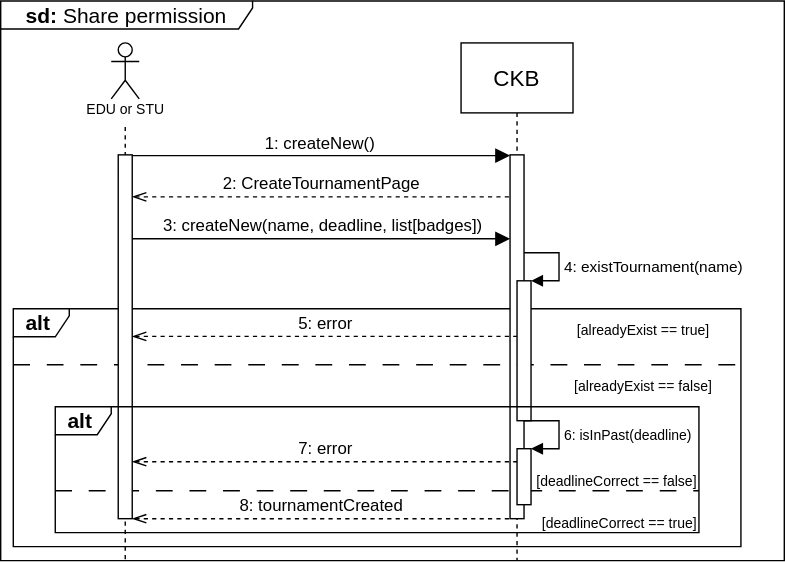
pontig/sw-eng-2-PasiniPontiggiaStasi keeps this draw.io diagram as RASD/images/sequence_diagrams/.svg/Share_Permission.svg. Above is the earlier version. Source tidied: cells renumbered, new cells last; positions are measured from the earlier drawing's top-left corner, leaving out a move shared by most shapes.
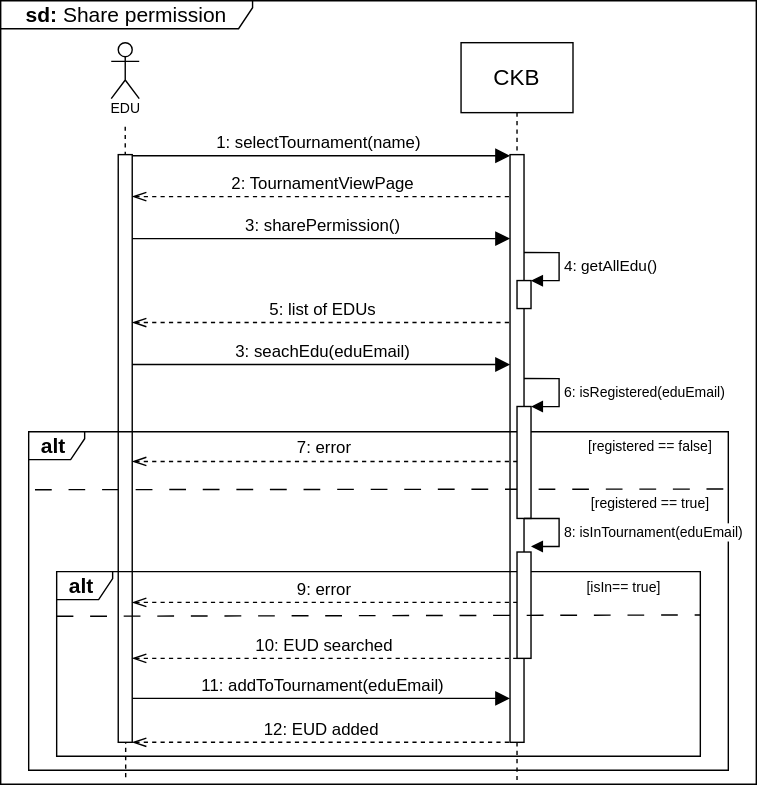
Above is the later version.

Change to the diagram source:
```diff
@@ -2,58 +2,42 @@
   <root>
     <mxCell id="0" />
     <mxCell id="1" parent="0" />
-    <mxCell id="2" value="&lt;font style=&quot;font-size: 15px;&quot;&gt;&lt;b&gt;alt&amp;nbsp;&lt;/b&gt;&lt;/font&gt;" style="shape=umlFrame;whiteSpace=wrap;html=1;fontSize=16;width=40;height=20;" parent="1" vertex="1">
-      <mxGeometry x="9" y="220" width="520" height="170" as="geometry" />
-    </mxCell>
     <mxCell id="3" value="CKB" style="shape=umlLifeline;perimeter=lifelinePerimeter;whiteSpace=wrap;html=1;newEdgeStyle={&quot;edgeStyle&quot;:&quot;elbowEdgeStyle&quot;,&quot;elbow&quot;:&quot;vertical&quot;,&quot;curved&quot;:0,&quot;rounded&quot;:0};fontSize=16;size=50;" parent="1" vertex="1">
-      <mxGeometry x="329" y="30" width="80" height="370" as="geometry" />
+      <mxGeometry x="329" y="30" width="80" height="530" as="geometry" />
     </mxCell>
     <mxCell id="4" style="html=1;points=[[0,0,0,0,5],[0,1,0,0,-5],[1,0,0,0,5],[1,1,0,0,-5]];perimeter=orthogonalPerimeter;outlineConnect=0;targetShapes=umlLifeline;portConstraint=eastwest;newEdgeStyle={&quot;curved&quot;:0,&quot;rounded&quot;:0};fontSize=16;" parent="3" vertex="1">
-      <mxGeometry x="35" y="80" width="10" height="260" as="geometry" />
+      <mxGeometry x="35" y="80" width="10" height="420" as="geometry" />
     </mxCell>
     <mxCell id="5" style="shape=umlActor;verticalLabelPosition=bottom;verticalAlign=top;html=1;fontSize=16;" parent="1" vertex="1">
       <mxGeometry x="79" y="30" width="20" height="40" as="geometry" />
     </mxCell>
-    <mxCell id="6" value="&lt;font style=&quot;font-size: 10px;&quot;&gt;EDU or STU&lt;/font&gt;" style="text;html=1;align=center;verticalAlign=middle;strokeColor=none;fillColor=none;fontSize=16;" parent="1" vertex="1">
-      <mxGeometry x="49" y="60" width="80" height="30" as="geometry" />
+    <mxCell id="6" value="&lt;font style=&quot;font-size: 10px;&quot;&gt;EDU&lt;/font&gt;" style="text;html=1;align=center;verticalAlign=middle;strokeColor=none;fillColor=none;fontSize=16;" parent="1" vertex="1">
+      <mxGeometry x="69" y="60" width="40" height="30" as="geometry" />
     </mxCell>
-    <mxCell id="7" style="edgeStyle=elbowEdgeStyle;fontSize=12;html=1;endArrow=none;endFill=0;startArrow=none;startFill=0;endSize=6;startSize=6;rounded=0;curved=1;dashed=1;" parent="1" edge="1">
+    <mxCell id="7" style="edgeStyle=elbowEdgeStyle;fontSize=12;html=1;endArrow=none;endFill=0;startArrow=none;startFill=0;endSize=6;startSize=6;rounded=0;curved=1;dashed=1;entryX=0.164;entryY=0.996;entryDx=0;entryDy=0;entryPerimeter=0;" parent="1" edge="1" target="15">
       <mxGeometry relative="1" as="geometry">
         <mxPoint x="89" y="90" as="sourcePoint" />
-        <mxPoint x="89" y="400" as="targetPoint" />
       </mxGeometry>
     </mxCell>
-    <mxCell id="8" value="1: createNew()" style="html=1;verticalAlign=bottom;endArrow=block;curved=0;rounded=0;fontSize=12;startSize=8;endSize=8;exitX=0.563;exitY=0.002;exitDx=0;exitDy=0;exitPerimeter=0;" parent="1" edge="1" source="18" target="4">
+    <mxCell id="8" value="1: selectTournament(name)" style="html=1;verticalAlign=bottom;endArrow=block;curved=0;rounded=0;fontSize=12;startSize=8;endSize=8;exitX=0.563;exitY=0.002;exitDx=0;exitDy=0;exitPerimeter=0;" parent="1" edge="1" source="18" target="4">
       <mxGeometry relative="1" as="geometry" />
     </mxCell>
-    <mxCell id="9" value="&lt;p style=&quot;font-size: 10px;&quot;&gt;&lt;font style=&quot;font-size: 10px;&quot;&gt;&lt;font style=&quot;font-size: 10px;&quot;&gt;[alreadyExist&amp;nbsp;&lt;/font&gt;&lt;/font&gt;&lt;font style=&quot;font-size: 10px;&quot;&gt;&lt;font style=&quot;font-size: 10px;&quot;&gt;== false&lt;/font&gt;&lt;/font&gt;&lt;font style=&quot;font-size: 10px;&quot;&gt;]&lt;/font&gt;&lt;/p&gt;" style="text;html=1;align=center;verticalAlign=middle;strokeColor=none;fillColor=none;fontSize=16;" parent="1" vertex="1">
-      <mxGeometry x="399" y="250" width="120" height="50" as="geometry" />
+    <mxCell id="9" value="&lt;p style=&quot;font-size: 10px;&quot;&gt;&lt;font style=&quot;font-size: 10px;&quot;&gt;&lt;font style=&quot;font-size: 10px;&quot;&gt;[registered&amp;nbsp;&lt;/font&gt;&lt;/font&gt;&lt;font style=&quot;font-size: 10px;&quot;&gt;&lt;font style=&quot;font-size: 10px;&quot;&gt;== true&lt;/font&gt;&lt;/font&gt;&lt;font style=&quot;font-size: 10px;&quot;&gt;]&lt;/font&gt;&lt;/p&gt;" style="text;html=1;align=center;verticalAlign=middle;strokeColor=none;fillColor=none;fontSize=16;" parent="1" vertex="1">
+      <mxGeometry x="409" y="334" width="110" height="50" as="geometry" />
     </mxCell>
-    <mxCell id="10" style="endArrow=none;html=1;rounded=0;fontSize=12;startSize=8;endSize=8;curved=1;dashed=1;dashPattern=12 12;" parent="1" edge="1">
-      <mxGeometry relative="1" as="geometry">
-        <mxPoint x="9" y="260" as="sourcePoint" />
-        <mxPoint x="529" y="260" as="targetPoint" />
-      </mxGeometry>
-    </mxCell>
-    <mxCell id="11" value="&lt;p style=&quot;font-size: 10px;&quot;&gt;&lt;font style=&quot;font-size: 10px;&quot;&gt;&lt;font style=&quot;font-size: 10px;&quot;&gt;[alreadyExist&amp;nbsp;&lt;/font&gt;&lt;/font&gt;&lt;font style=&quot;font-size: 10px;&quot;&gt;&lt;font style=&quot;font-size: 10px;&quot;&gt;== true&lt;/font&gt;&lt;/font&gt;&lt;font style=&quot;font-size: 10px;&quot;&gt;]&lt;/font&gt;&lt;/p&gt;" style="text;html=1;align=center;verticalAlign=middle;strokeColor=none;fillColor=none;fontSize=16;" parent="1" vertex="1">
-      <mxGeometry x="399" y="210" width="120" height="50" as="geometry" />
+    <mxCell id="11" value="&lt;p style=&quot;font-size: 10px;&quot;&gt;&lt;font style=&quot;font-size: 10px;&quot;&gt;&lt;font style=&quot;font-size: 10px;&quot;&gt;[registered&amp;nbsp;&lt;/font&gt;&lt;/font&gt;&lt;font style=&quot;font-size: 10px;&quot;&gt;&lt;font style=&quot;font-size: 10px;&quot;&gt;== false&lt;/font&gt;&lt;/font&gt;&lt;font style=&quot;font-size: 10px;&quot;&gt;]&lt;/font&gt;&lt;/p&gt;" style="text;html=1;align=center;verticalAlign=middle;strokeColor=none;fillColor=none;fontSize=16;" parent="1" vertex="1">
+      <mxGeometry x="409" y="293" width="110" height="50" as="geometry" />
     </mxCell>
-    <mxCell id="12" style="endArrow=none;html=1;rounded=0;fontSize=12;startSize=8;endSize=8;curved=1;dashed=1;dashPattern=12 12;" parent="1" edge="1">
+    <mxCell id="12" style="endArrow=none;html=1;rounded=0;fontSize=12;startSize=8;endSize=8;curved=1;dashed=1;dashPattern=12 12;exitX=0.001;exitY=0.183;exitDx=0;exitDy=0;exitPerimeter=0;strokeWidth=1;" parent="1" edge="1">
       <mxGeometry relative="1" as="geometry">
-        <mxPoint x="39" y="350" as="sourcePoint" />
-        <mxPoint x="499" y="350" as="targetPoint" />
+        <mxPoint x="24.5" y="349.5" as="sourcePoint" />
+        <mxPoint x="524" y="349" as="targetPoint" />
       </mxGeometry>
     </mxCell>
-    <mxCell id="13" value="&lt;p style=&quot;font-size: 10px;&quot;&gt;&lt;font style=&quot;border-color: var(--border-color);&quot;&gt;[deadlineCorrect&amp;nbsp;&lt;/font&gt;&lt;font style=&quot;border-color: var(--border-color);&quot;&gt;== true&lt;/font&gt;&lt;font style=&quot;border-color: var(--border-color);&quot;&gt;]&lt;/font&gt;&lt;br&gt;&lt;/p&gt;" style="text;html=1;align=center;verticalAlign=middle;strokeColor=none;fillColor=none;fontSize=16;" parent="1" vertex="1">
-      <mxGeometry x="377" y="348" width="130" height="50" as="geometry" />
-    </mxCell>
-    <mxCell id="14" value="&lt;p style=&quot;font-size: 10px;&quot;&gt;&lt;font style=&quot;font-size: 10px;&quot;&gt;&lt;font style=&quot;font-size: 10px;&quot;&gt;[deadlineCorrect&amp;nbsp;&lt;/font&gt;&lt;/font&gt;&lt;font style=&quot;font-size: 10px;&quot;&gt;&lt;font style=&quot;font-size: 10px;&quot;&gt;== false&lt;/font&gt;&lt;/font&gt;&lt;font style=&quot;font-size: 10px;&quot;&gt;]&lt;/font&gt;&lt;/p&gt;" style="text;html=1;align=center;verticalAlign=middle;strokeColor=none;fillColor=none;fontSize=16;" parent="1" vertex="1">
-      <mxGeometry x="370" y="318" width="140" height="50" as="geometry" />
-    </mxCell>
     <mxCell id="15" value="&lt;font style=&quot;font-size: 15px;&quot;&gt;&lt;b&gt;sd:&lt;/b&gt;&amp;nbsp;Share permission&lt;/font&gt;" style="shape=umlFrame;whiteSpace=wrap;html=1;fontSize=16;width=180;height=20;" parent="1" vertex="1">
-      <mxGeometry width="560" height="400" as="geometry" />
+      <mxGeometry width="540" height="560" as="geometry" />
     </mxCell>
-    <mxCell id="16" value="2: CreateTournamentPage" style="html=1;verticalAlign=bottom;endArrow=none;curved=0;rounded=0;fontSize=12;startSize=8;endSize=8;dashed=1;startArrow=openThin;startFill=0;endFill=0;" parent="1" edge="1" source="18">
+    <mxCell id="16" value="2: TournamentViewPage" style="html=1;verticalAlign=bottom;endArrow=none;curved=0;rounded=0;fontSize=12;startSize=8;endSize=8;dashed=1;startArrow=openThin;startFill=0;endFill=0;" parent="1" edge="1" source="18">
       <mxGeometry relative="1" as="geometry">
         <mxPoint x="364" y="140" as="targetPoint" />
       </mxGeometry>
@@ -64,17 +48,17 @@
       </mxGeometry>
     </mxCell>
     <mxCell id="18" style="html=1;points=[[0,0,0,0,5],[0,1,0,0,-5],[1,0,0,0,5],[1,1,0,0,-5]];perimeter=orthogonalPerimeter;outlineConnect=0;targetShapes=umlLifeline;portConstraint=eastwest;newEdgeStyle={&quot;curved&quot;:0,&quot;rounded&quot;:0};fontSize=16;" parent="1" vertex="1">
-      <mxGeometry x="84" y="110" width="10" height="260" as="geometry" />
+      <mxGeometry x="84" y="110" width="10" height="420" as="geometry" />
     </mxCell>
-    <mxCell id="19" value="3: createNew(name, deadline, list[badges])" style="html=1;verticalAlign=bottom;endArrow=block;curved=0;rounded=0;fontSize=12;startSize=8;endSize=8;exitX=0.563;exitY=0.002;exitDx=0;exitDy=0;exitPerimeter=0;" parent="1" edge="1" target="4">
-      <mxGeometry relative="1" as="geometry">
+    <mxCell id="19" value="3: sharePermission()" style="html=1;verticalAlign=bottom;endArrow=block;curved=0;rounded=0;fontSize=12;startSize=8;endSize=8;exitX=0.563;exitY=0.002;exitDx=0;exitDy=0;exitPerimeter=0;" parent="1" edge="1" target="4">
+      <mxGeometry x="0.01" relative="1" as="geometry">
         <mxPoint x="94" y="170" as="sourcePoint" />
       </mxGeometry>
     </mxCell>
     <mxCell id="20" style="html=1;points=[[0,0,0,0,5],[0,1,0,0,-5],[1,0,0,0,5],[1,1,0,0,-5]];perimeter=orthogonalPerimeter;outlineConnect=0;targetShapes=umlLifeline;portConstraint=eastwest;newEdgeStyle={&quot;curved&quot;:0,&quot;rounded&quot;:0};" parent="1" vertex="1">
-      <mxGeometry x="369" y="200" width="10" height="100" as="geometry" />
+      <mxGeometry x="369" y="200" width="10" height="20" as="geometry" />
     </mxCell>
-    <mxCell id="21" value="4: existTournament(name)" style="html=1;align=left;spacingLeft=2;endArrow=block;rounded=0;edgeStyle=orthogonalEdgeStyle;curved=0;rounded=0;" parent="1" edge="1" target="20">
+    <mxCell id="21" value="4: getAllEdu()" style="html=1;align=left;spacingLeft=2;endArrow=block;rounded=0;edgeStyle=orthogonalEdgeStyle;curved=0;rounded=0;" parent="1" edge="1" target="20">
       <mxGeometry x="0.08" relative="1" as="geometry">
         <mxPoint x="374" y="180" as="sourcePoint" />
         <Array as="points">
@@ -83,24 +67,18 @@
         </Array>
       </mxGeometry>
     </mxCell>
-    <mxCell id="22" value="5: error" style="html=1;verticalAlign=bottom;endArrow=none;curved=0;rounded=0;fontSize=12;startSize=8;endSize=8;startArrow=openThin;startFill=0;endFill=0;dashed=1;" parent="1" edge="1">
-      <mxGeometry relative="1" as="geometry">
-        <mxPoint x="94" y="239.7" as="sourcePoint" />
-        <mxPoint x="369" y="239.7" as="targetPoint" />
-      </mxGeometry>
-    </mxCell>
     <mxCell id="23" value="&lt;font style=&quot;font-size: 15px;&quot;&gt;&lt;b&gt;alt&amp;nbsp;&lt;/b&gt;&lt;/font&gt;" style="shape=umlFrame;whiteSpace=wrap;html=1;fontSize=16;width=40;height=20;" parent="1" vertex="1">
-      <mxGeometry x="39" y="290" width="460" height="90" as="geometry" />
+      <mxGeometry x="20" y="308" width="500" height="242" as="geometry" />
     </mxCell>
     <mxCell id="24" style="html=1;points=[[0,0,0,0,5],[0,1,0,0,-5],[1,0,0,0,5],[1,1,0,0,-5]];perimeter=orthogonalPerimeter;outlineConnect=0;targetShapes=umlLifeline;portConstraint=eastwest;newEdgeStyle={&quot;curved&quot;:0,&quot;rounded&quot;:0};" parent="1" vertex="1">
-      <mxGeometry x="369" y="320" width="10" height="40" as="geometry" />
+      <mxGeometry x="369" y="290" width="10" height="80" as="geometry" />
     </mxCell>
-    <mxCell id="25" value="&lt;font style=&quot;font-size: 10px;&quot;&gt;6: isInPast(deadline)&lt;/font&gt;" style="html=1;align=left;spacingLeft=2;endArrow=block;rounded=0;edgeStyle=orthogonalEdgeStyle;curved=0;rounded=0;" parent="1" edge="1" target="24">
+    <mxCell id="25" value="&lt;font style=&quot;font-size: 10px;&quot;&gt;6: isRegistered(eduEmail)&lt;/font&gt;" style="html=1;align=left;spacingLeft=2;endArrow=block;rounded=0;edgeStyle=orthogonalEdgeStyle;curved=0;rounded=0;" parent="1" edge="1" target="24">
       <mxGeometry x="0.08" relative="1" as="geometry">
-        <mxPoint x="374" y="300" as="sourcePoint" />
+        <mxPoint x="374" y="270" as="sourcePoint" />
         <Array as="points">
-          <mxPoint x="399" y="300" />
-          <mxPoint x="399" y="320" />
+          <mxPoint x="399" y="270" />
+          <mxPoint x="399" y="290" />
         </Array>
       </mxGeometry>
     </mxCell>
@@ -110,11 +88,65 @@
         <mxPoint x="369" y="329.3" as="targetPoint" />
       </mxGeometry>
     </mxCell>
-    <mxCell id="27" value="8: tournamentCreated" style="html=1;verticalAlign=bottom;endArrow=none;curved=0;rounded=0;fontSize=12;startSize=8;endSize=8;startArrow=openThin;startFill=0;endFill=0;dashed=1;" parent="1" edge="1">
+    <mxCell id="27" value="10: EUD searched" style="html=1;verticalAlign=bottom;endArrow=none;curved=0;rounded=0;fontSize=12;startSize=8;endSize=8;startArrow=openThin;startFill=0;endFill=0;dashed=1;" parent="1" edge="1" source="18">
       <mxGeometry relative="1" as="geometry">
-        <mxPoint x="94" y="370" as="sourcePoint" />
-        <mxPoint x="364" y="370" as="targetPoint" />
+        <mxPoint x="369" y="470" as="targetPoint" />
       </mxGeometry>
     </mxCell>
+    <mxCell id="28" value="5: list of EDUs" style="html=1;verticalAlign=bottom;endArrow=none;curved=0;rounded=0;fontSize=12;startSize=8;endSize=8;dashed=1;startArrow=openThin;startFill=0;endFill=0;" parent="1" edge="1">
+      <mxGeometry relative="1" as="geometry">
+        <mxPoint x="94" y="230" as="sourcePoint" />
+        <mxPoint x="364" y="230" as="targetPoint" />
+      </mxGeometry>
+    </mxCell>
+    <mxCell id="29" value="3: seachEdu(eduEmail)" style="html=1;verticalAlign=bottom;endArrow=block;curved=0;rounded=0;fontSize=12;startSize=8;endSize=8;exitX=0.563;exitY=0.002;exitDx=0;exitDy=0;exitPerimeter=0;" parent="1" edge="1">
+      <mxGeometry x="0.01" relative="1" as="geometry">
+        <mxPoint x="94" y="260" as="sourcePoint" />
+        <mxPoint x="364" y="260" as="targetPoint" />
+      </mxGeometry>
+    </mxCell>
+    <mxCell id="30" value="11: addToTournament(eduEmail)" style="html=1;verticalAlign=bottom;endArrow=block;curved=0;rounded=0;fontSize=12;startSize=8;endSize=8;exitX=0.563;exitY=0.002;exitDx=0;exitDy=0;exitPerimeter=0;" parent="1" edge="1">
+      <mxGeometry x="0.01" relative="1" as="geometry">
+        <mxPoint x="94" y="498.6" as="sourcePoint" />
+        <mxPoint x="364" y="498.6" as="targetPoint" />
+      </mxGeometry>
+    </mxCell>
+    <mxCell id="31" value="12: EUD added" style="html=1;verticalAlign=bottom;endArrow=none;curved=0;rounded=0;fontSize=12;startSize=8;endSize=8;startArrow=openThin;startFill=0;endFill=0;dashed=1;" parent="1" edge="1">
+      <mxGeometry relative="1" as="geometry">
+        <mxPoint x="94" y="530" as="sourcePoint" />
+        <mxPoint x="364" y="530" as="targetPoint" />
+      </mxGeometry>
+    </mxCell>
+    <mxCell id="2" value="&lt;font style=&quot;font-size: 15px;&quot;&gt;&lt;b&gt;alt&amp;nbsp;&lt;/b&gt;&lt;/font&gt;" style="shape=umlFrame;whiteSpace=wrap;html=1;fontSize=16;width=40;height=20;" parent="1" vertex="1">
+      <mxGeometry x="40" y="408" width="460" height="132" as="geometry" />
+    </mxCell>
+    <mxCell id="32" style="html=1;perimeter=orthogonalPerimeter;targetShapes=umlLifeline;newEdgeStyle={&quot;curved&quot;:0,&quot;rounded&quot;:0};" parent="1" vertex="1">
+      <mxGeometry x="369" y="394" width="10" height="76" as="geometry" />
+    </mxCell>
+    <mxCell id="33" value="&lt;font style=&quot;font-size: 10px;&quot;&gt;8: isInTournament(eduEmail)&lt;/font&gt;" style="html=1;align=left;spacingLeft=2;endArrow=block;rounded=0;edgeStyle=orthogonalEdgeStyle;curved=0;rounded=0;" parent="1" edge="1">
+      <mxGeometry x="0.08" relative="1" as="geometry">
+        <mxPoint x="374" y="370" as="sourcePoint" />
+        <mxPoint x="379" y="390" as="targetPoint" />
+        <Array as="points">
+          <mxPoint x="399" y="370" />
+          <mxPoint x="399" y="390" />
+        </Array>
+      </mxGeometry>
+    </mxCell>
+    <mxCell id="34" value="&lt;p style=&quot;font-size: 10px;&quot;&gt;&lt;font style=&quot;font-size: 10px;&quot;&gt;&lt;font style=&quot;font-size: 10px;&quot;&gt;[isIn&lt;/font&gt;&lt;/font&gt;&lt;font style=&quot;font-size: 10px;&quot;&gt;&lt;font style=&quot;font-size: 10px;&quot;&gt;== true&lt;/font&gt;&lt;/font&gt;&lt;font style=&quot;font-size: 10px;&quot;&gt;]&lt;/font&gt;&lt;/p&gt;" style="text;html=1;align=center;verticalAlign=middle;strokeColor=none;fillColor=none;fontSize=16;" parent="1" vertex="1">
+      <mxGeometry x="405" y="394" width="80" height="50" as="geometry" />
+    </mxCell>
+    <mxCell id="35" value="9: error" style="html=1;verticalAlign=bottom;endArrow=none;curved=0;rounded=0;fontSize=12;startSize=8;endSize=8;startArrow=openThin;startFill=0;endFill=0;dashed=1;" parent="1" edge="1">
+      <mxGeometry relative="1" as="geometry">
+        <mxPoint x="94" y="430" as="sourcePoint" />
+        <mxPoint x="369" y="430" as="targetPoint" />
+      </mxGeometry>
+    </mxCell>
+    <mxCell id="36" style="endArrow=none;html=1;rounded=0;fontSize=12;startSize=8;endSize=8;curved=1;dashed=1;dashPattern=12 12;exitX=0;exitY=0.204;exitDx=0;exitDy=0;exitPerimeter=0;strokeWidth=1;" parent="1" edge="1">
+      <mxGeometry relative="1" as="geometry">
+        <mxPoint x="40" y="439.9" as="sourcePoint" />
+        <mxPoint x="500" y="439" as="targetPoint" />
+      </mxGeometry>
+    </mxCell>
   </root>
 </mxGraphModel>
```
